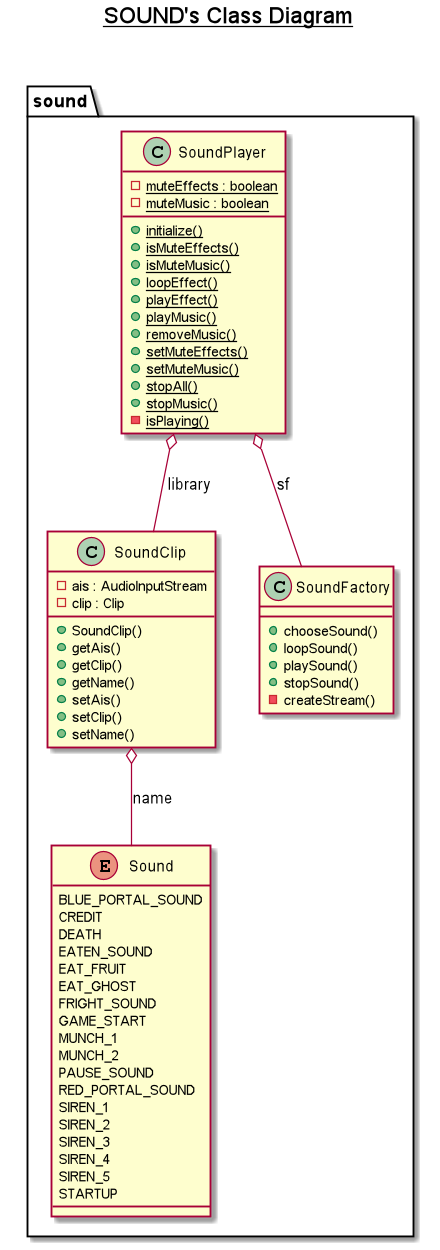
Before: UMLs/sound.png, a diagram exported from PlantUML (frnocentini/jpacman). Its diagram source:
```plantuml
@startuml

title __SOUND's Class Diagram__\n

 namespace sound {
      enum Sound {
        BLUE_PORTAL_SOUND
        CREDIT
        DEATH
        EATEN_SOUND
        EAT_FRUIT
        EAT_GHOST
        FRIGHT_SOUND
        GAME_START
        MUNCH_1
        MUNCH_2
        PAUSE_SOUND
        RED_PORTAL_SOUND
        SIREN_1
        SIREN_2
        SIREN_3
        SIREN_4
        SIREN_5
        STARTUP
      }

      class sound.SoundClip {
          - ais : AudioInputStream
          - clip : Clip
          + SoundClip()
          + getAis()
          + getClip()
          + getName()
          + setAis()
          + setClip()
          + setName()
      }
      class sound.SoundFactory {
          + chooseSound()
          + loopSound()
          + playSound()
          + stopSound()
          - createStream()
      }
      class sound.SoundPlayer {
          {static} - muteEffects : boolean
          {static} - muteMusic : boolean
          {static} + initialize()
          {static} + isMuteEffects()
          {static} + isMuteMusic()
          {static} + loopEffect()
          {static} + playEffect()
          {static} + playMusic()
          {static} + removeMusic()
          {static} + setMuteEffects()
          {static} + setMuteMusic()
          {static} + stopAll()
          {static} + stopMusic()
          {static} - isPlaying()
      }
    }


  sound.SoundClip o-- sound.Sound : name
  sound.SoundPlayer o-- sound.SoundClip : library
  sound.SoundPlayer o-- sound.SoundFactory : sf

@enduml
```
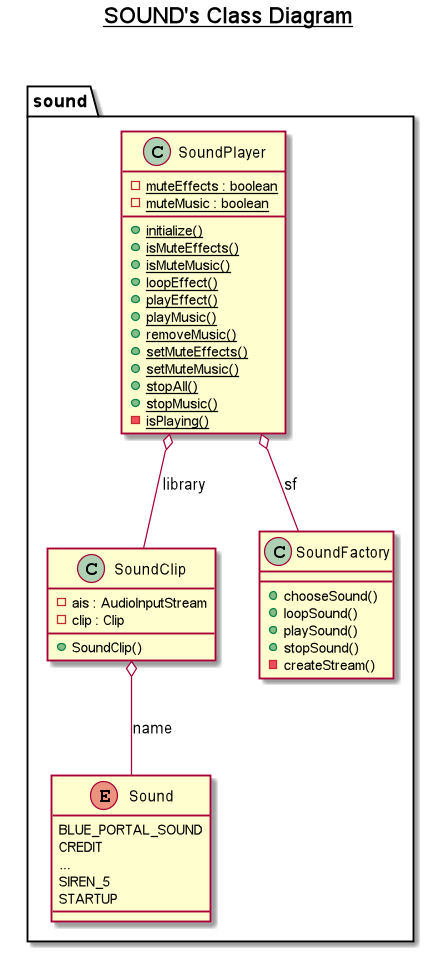
After the commit.

Change to the diagram source:
```diff
@@ -6,20 +6,7 @@
       enum Sound {
         BLUE_PORTAL_SOUND
         CREDIT
-        DEATH
-        EATEN_SOUND
-        EAT_FRUIT
-        EAT_GHOST
-        FRIGHT_SOUND
-        GAME_START
-        MUNCH_1
-        MUNCH_2
-        PAUSE_SOUND
-        RED_PORTAL_SOUND
-        SIREN_1
-        SIREN_2
-        SIREN_3
-        SIREN_4
+        ...
         SIREN_5
         STARTUP
       }
@@ -28,12 +15,6 @@
           - ais : AudioInputStream
           - clip : Clip
           + SoundClip()
-          + getAis()
-          + getClip()
-          + getName()
-          + setAis()
-          + setClip()
-          + setName()
       }
       class sound.SoundFactory {
           + chooseSound()
```
